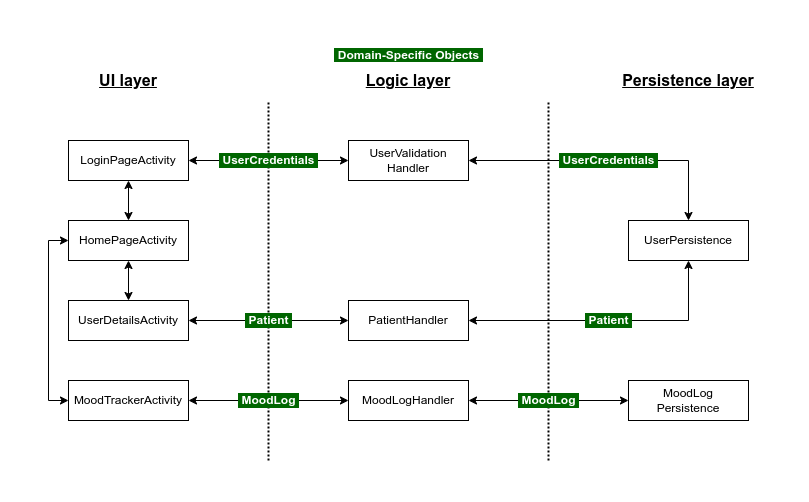
alveejawad/WellSync keeps this draw.io diagram as docs/architecture-1.png. Above is the earlier version. Source tidied: cells renumbered, new cells last; positions are measured from the earlier drawing's top-left corner, leaving out a move shared by most shapes.
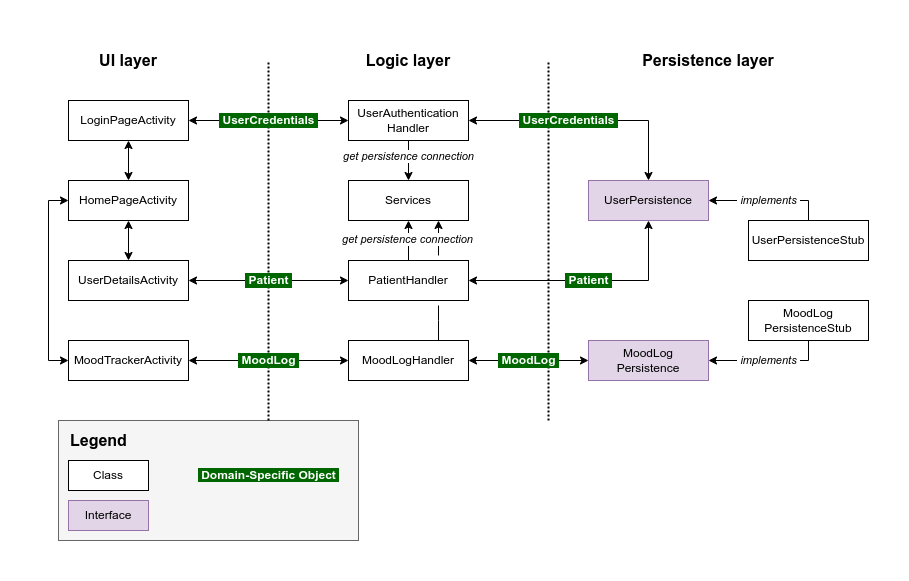
The same file after the commit.

Commit message:
Updated architecture diagram

What changed in the source:
```diff
@@ -2,6 +2,20 @@
   <root>
     <mxCell id="0" />
     <mxCell id="1" parent="0" />
+    <mxCell id="26" style="rounded=0;whiteSpace=wrap;html=1;fillColor=#f5f5f5;fontColor=#333333;strokeColor=#666666;" parent="1" vertex="1">
+      <mxGeometry x="-10" y="420" width="300" height="120" as="geometry" />
+    </mxCell>
+    <mxCell id="27" style="edgeStyle=orthogonalEdgeStyle;rounded=0;jettySize=auto;html=1;exitX=0.75;exitY=0;exitDx=0;exitDy=0;entryX=0.75;entryY=1;entryDx=0;entryDy=0;" parent="1" edge="1" source="19" target="35">
+      <mxGeometry relative="1" as="geometry">
+        <Array as="points">
+          <mxPoint x="370" y="320" />
+          <mxPoint x="370" y="320" />
+        </Array>
+      </mxGeometry>
+    </mxCell>
+    <mxCell id="28" style="whiteSpace=wrap;html=1;strokeColor=none;" parent="1" vertex="1">
+      <mxGeometry x="360" y="255" width="20" height="50" as="geometry" />
+    </mxCell>
     <mxCell id="2" style="endArrow=none;dashed=1;html=1;dashPattern=1 1;strokeWidth=2;rounded=0;labelBackgroundColor=#006600;strokeColor=default;align=center;verticalAlign=middle;fontFamily=Helvetica;fontSize=12;fontColor=#FFFFFF;shape=connector;edgeStyle=orthogonalEdgeStyle;jumpSize=2;jumpStyle=none;endSize=3;startSize=3;" parent="1" edge="1">
       <mxGeometry relative="1" as="geometry">
         <mxPoint x="480" y="420" as="sourcePoint" />
@@ -45,14 +59,26 @@
       <mxGeometry y="340" width="120" height="40" as="geometry" />
     </mxCell>
     <mxCell id="14" value="&lt;b&gt;&amp;nbsp;UserCredentials&amp;nbsp;&lt;/b&gt;" style="edgeStyle=orthogonalEdgeStyle;shape=connector;rounded=0;jettySize=auto;html=1;exitX=1;exitY=0.5;exitDx=0;exitDy=0;labelBackgroundColor=#006600;strokeColor=default;align=center;verticalAlign=middle;fontFamily=Helvetica;fontSize=12;fontColor=#FFFFFF;startArrow=classic;startFill=1;endArrow=classic;" parent="1" edge="1" source="15" target="20">
-      <mxGeometry relative="1" as="geometry" />
+      <mxGeometry x="-0.17" relative="1" as="geometry" />
     </mxCell>
+    <mxCell id="29" style="edgeStyle=orthogonalEdgeStyle;rounded=0;jettySize=auto;html=1;" parent="1" edge="1" source="15" target="35">
+      <mxGeometry relative="1" as="geometry" />
+    </mxCell>
+    <mxCell id="30" value="&lt;i&gt;get persistence connection&lt;/i&gt;" style="edgeLabel;html=1;align=center;verticalAlign=middle;" parent="29" vertex="1">
+      <mxGeometry x="-0.25" y="-1" relative="1" as="geometry" />
+    </mxCell>
-    <mxCell id="15" value="UserValidation&lt;br&gt;Handler" style="rounded=0;whiteSpace=wrap;html=1;" parent="1" vertex="1">
+    <mxCell id="15" value="UserAuthentication&lt;br&gt;Handler" style="rounded=0;whiteSpace=wrap;html=1;" parent="1" vertex="1">
       <mxGeometry x="280" y="100" width="120" height="40" as="geometry" />
     </mxCell>
     <mxCell id="16" value="&lt;b&gt;&amp;nbsp;Patient&amp;nbsp;&lt;/b&gt;" style="edgeStyle=orthogonalEdgeStyle;shape=connector;rounded=0;jettySize=auto;html=1;exitX=1;exitY=0.5;exitDx=0;exitDy=0;entryX=0.5;entryY=1;entryDx=0;entryDy=0;labelBackgroundColor=#006600;strokeColor=default;align=center;verticalAlign=middle;fontFamily=Helvetica;fontSize=12;fontColor=#FFFFFF;startArrow=classic;startFill=1;endArrow=classic;" parent="1" edge="1" source="17" target="20">
       <mxGeometry relative="1" as="geometry" />
     </mxCell>
+    <mxCell id="31" style="edgeStyle=orthogonalEdgeStyle;rounded=0;jettySize=auto;html=1;" parent="1" edge="1" source="17" target="35">
+      <mxGeometry relative="1" as="geometry" />
+    </mxCell>
+    <mxCell id="32" value="&lt;i&gt;get persistence connection&lt;/i&gt;" style="edgeLabel;html=1;align=center;verticalAlign=middle;" parent="31" vertex="1">
+      <mxGeometry x="0.04" y="2" relative="1" as="geometry" />
+    </mxCell>
     <mxCell id="17" value="PatientHandler" style="rounded=0;whiteSpace=wrap;html=1;" parent="1" vertex="1">
       <mxGeometry x="280" y="260" width="120" height="40" as="geometry" />
     </mxCell>
@@ -62,23 +88,47 @@
     <mxCell id="19" value="MoodLogHandler" style="rounded=0;whiteSpace=wrap;html=1;" parent="1" vertex="1">
       <mxGeometry x="280" y="340" width="120" height="40" as="geometry" />
     </mxCell>
+    <mxCell id="33" value="&amp;nbsp;implements&amp;nbsp;" style="edgeStyle=orthogonalEdgeStyle;rounded=0;jettySize=auto;html=1;entryX=0.5;entryY=0;entryDx=0;entryDy=0;startArrow=classic;startFill=1;endArrow=none;endFill=0;fontStyle=2;" parent="1" edge="1" source="20" target="36">
+      <mxGeometry relative="1" as="geometry" />
+    </mxCell>
-    <mxCell id="20" value="UserPersistence" style="rounded=0;whiteSpace=wrap;html=1;" parent="1" vertex="1">
-      <mxGeometry x="560" y="180" width="120" height="40" as="geometry" />
+    <mxCell id="20" value="UserPersistence" style="rounded=0;whiteSpace=wrap;html=1;fillColor=#e1d5e7;strokeColor=#9673a6;" parent="1" vertex="1">
+      <mxGeometry x="520" y="180" width="120" height="40" as="geometry" />
     </mxCell>
+    <mxCell id="34" value="&lt;i&gt;&amp;nbsp;implements&amp;nbsp;&lt;/i&gt;" style="edgeStyle=orthogonalEdgeStyle;rounded=0;jettySize=auto;html=1;entryX=0.5;entryY=1;entryDx=0;entryDy=0;startArrow=classic;startFill=1;endArrow=none;endFill=0;" parent="1" edge="1" source="21" target="37">
+      <mxGeometry relative="1" as="geometry" />
+    </mxCell>
-    <mxCell id="21" value="MoodLog&lt;br&gt;Persistence" style="rounded=0;whiteSpace=wrap;html=1;" parent="1" vertex="1">
-      <mxGeometry x="560" y="340" width="120" height="40" as="geometry" />
+    <mxCell id="21" value="MoodLog&lt;br&gt;Persistence" style="rounded=0;whiteSpace=wrap;html=1;fillColor=#e1d5e7;strokeColor=#9673a6;" parent="1" vertex="1">
+      <mxGeometry x="520" y="340" width="120" height="40" as="geometry" />
     </mxCell>
-    <mxCell id="22" value="UI layer" style="text;html=1;strokeColor=none;fillColor=none;align=center;verticalAlign=middle;whiteSpace=wrap;rounded=0;fontSize=16;fontFamily=Helvetica;fontColor=#000000;fontStyle=5;" parent="1" vertex="1">
-      <mxGeometry y="20" width="120" height="40" as="geometry" />
+    <mxCell id="22" value="UI layer" style="text;html=1;strokeColor=none;fillColor=none;align=center;verticalAlign=middle;whiteSpace=wrap;rounded=0;fontSize=16;fontFamily=Helvetica;fontColor=#000000;fontStyle=1;" parent="1" vertex="1">
+      <mxGeometry y="40" width="120" height="40" as="geometry" />
     </mxCell>
-    <mxCell id="23" value="Logic layer" style="text;html=1;strokeColor=none;fillColor=none;align=center;verticalAlign=middle;whiteSpace=wrap;rounded=0;fontSize=16;fontFamily=Helvetica;fontColor=#000000;fontStyle=5;" parent="1" vertex="1">
-      <mxGeometry x="280" y="20" width="120" height="40" as="geometry" />
+    <mxCell id="23" value="Logic layer" style="text;html=1;strokeColor=none;fillColor=none;align=center;verticalAlign=middle;whiteSpace=wrap;rounded=0;fontSize=16;fontFamily=Helvetica;fontColor=#000000;fontStyle=1;" parent="1" vertex="1">
+      <mxGeometry x="280" y="40" width="120" height="40" as="geometry" />
     </mxCell>
-    <mxCell id="24" value="Persistence layer" style="text;html=1;strokeColor=none;fillColor=none;align=center;verticalAlign=middle;whiteSpace=wrap;rounded=0;fontSize=16;fontFamily=Helvetica;fontColor=#000000;fontStyle=5;" parent="1" vertex="1">
-      <mxGeometry x="540" y="20" width="160" height="40" as="geometry" />
+    <mxCell id="24" value="Persistence layer" style="text;html=1;strokeColor=none;fillColor=none;align=center;verticalAlign=middle;whiteSpace=wrap;rounded=0;fontSize=16;fontFamily=Helvetica;fontColor=#000000;fontStyle=1;" parent="1" vertex="1">
+      <mxGeometry x="560" y="40" width="160" height="40" as="geometry" />
     </mxCell>
-    <mxCell id="25" value="&lt;span style=&quot;background-color: rgb(0, 102, 0);&quot;&gt;&lt;b&gt;&amp;nbsp;Domain-Specific Objects&amp;nbsp;&lt;/b&gt;&lt;/span&gt;" style="text;html=1;align=center;verticalAlign=middle;strokeColor=none;fillColor=none;fontSize=12;fontFamily=Helvetica;fontColor=#FFFFFF;" parent="1" vertex="1">
-      <mxGeometry x="255" width="170" height="30" as="geometry" />
-    </mxCell>
+    <mxCell id="35" value="Services" style="rounded=0;whiteSpace=wrap;html=1;" parent="1" vertex="1">
+      <mxGeometry x="280" y="180" width="120" height="40" as="geometry" />
+    </mxCell>
+    <mxCell id="36" value="UserPersistenceStub" style="rounded=0;whiteSpace=wrap;html=1;" parent="1" vertex="1">
+      <mxGeometry x="680" y="220" width="120" height="40" as="geometry" />
+    </mxCell>
+    <mxCell id="37" value="MoodLog&lt;br&gt;PersistenceStub" style="rounded=0;whiteSpace=wrap;html=1;" parent="1" vertex="1">
+      <mxGeometry x="680" y="300" width="120" height="40" as="geometry" />
+    </mxCell>
+    <mxCell id="38" value="Legend" style="text;html=1;strokeColor=none;fillColor=none;align=left;verticalAlign=middle;whiteSpace=wrap;rounded=0;fontSize=16;fontFamily=Helvetica;fontColor=#000000;fontStyle=1;" parent="1" vertex="1">
+      <mxGeometry y="420" width="120" height="40" as="geometry" />
+    </mxCell>
+    <mxCell id="39" value="Class" style="rounded=0;whiteSpace=wrap;html=1;" parent="1" vertex="1">
+      <mxGeometry y="460" width="80" height="30" as="geometry" />
+    </mxCell>
+    <mxCell id="40" value="&lt;span style=&quot;background-color: rgb(0, 102, 0);&quot;&gt;&lt;b&gt;&amp;nbsp;Domain-Specific Object&amp;nbsp;&lt;/b&gt;&lt;/span&gt;" style="text;html=1;align=center;verticalAlign=middle;strokeColor=none;fillColor=none;fontSize=12;fontFamily=Helvetica;fontColor=#FFFFFF;" parent="1" vertex="1">
+      <mxGeometry x="120" y="460" width="160" height="30" as="geometry" />
+    </mxCell>
+    <mxCell id="41" value="Interface" style="rounded=0;whiteSpace=wrap;html=1;fillColor=#e1d5e7;strokeColor=#9673a6;" parent="1" vertex="1">
+      <mxGeometry y="500" width="80" height="30" as="geometry" />
+    </mxCell>
   </root>
 </mxGraphModel>
```
